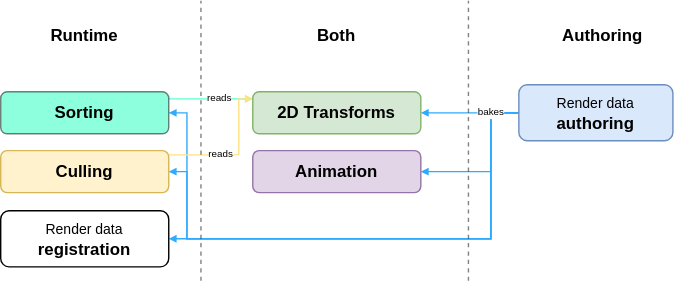
The draw.io diagram About/NSprites-Foundation-Map.drawio.svg in Antoshidza/NSprites-Foundation, before a commit. Source tidied: cells renumbered, new cells last; positions are measured from the earlier drawing's top-left corner, leaving out a move shared by most shapes.
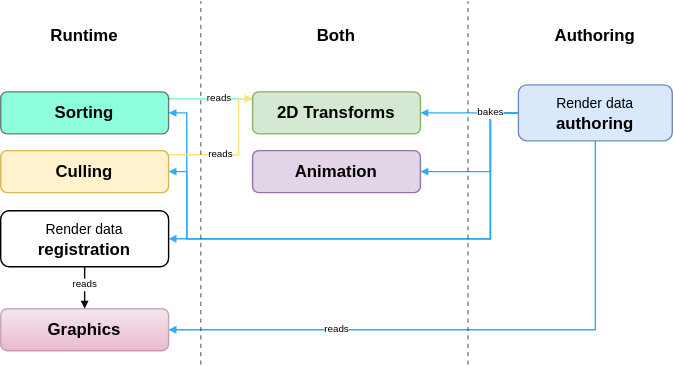
Later version of the same file.

What changed in the source:
```diff
@@ -2,6 +2,16 @@
   <root>
     <mxCell id="0" />
     <mxCell id="1" parent="0" />
+    <mxCell id="23" style="edgeStyle=orthogonalEdgeStyle;rounded=0;jettySize=auto;html=1;strokeColor=#2EABFF;endArrow=block;endFill=1;endSize=3;" parent="1" edge="1" source="8" target="27">
+      <mxGeometry relative="1" as="geometry">
+        <Array as="points">
+          <mxPoint x="425" y="235" />
+        </Array>
+      </mxGeometry>
+    </mxCell>
+    <mxCell id="24" value="reads" style="edgeLabel;html=1;align=center;verticalAlign=middle;fontSize=7;" parent="23" vertex="1">
+      <mxGeometry x="0.46" relative="1" as="geometry" />
+    </mxCell>
     <mxCell id="2" style="edgeStyle=orthogonalEdgeStyle;rounded=0;jettySize=auto;html=1;endArrow=block;endFill=1;endSize=3;strokeColor=#2EABFF;" parent="1" edge="1" source="8" target="16">
       <mxGeometry relative="1" as="geometry">
         <Array as="points">
@@ -54,6 +64,12 @@
     <mxCell id="8" value="&lt;font style=&quot;font-size: 10px;&quot;&gt;Render data &lt;/font&gt;&lt;b&gt;authoring&lt;/b&gt;" style="rounded=1;whiteSpace=wrap;html=1;fillColor=#dae8fc;strokeColor=#6c8ebf;" parent="1" vertex="1">
       <mxGeometry x="370" y="60" width="110" height="40" as="geometry" />
     </mxCell>
+    <mxCell id="25" style="edgeStyle=orthogonalEdgeStyle;rounded=0;jettySize=auto;html=1;entryX=0.5;entryY=0;entryDx=0;entryDy=0;strokeColor=#080606;endArrow=block;endFill=1;endSize=3;" parent="1" edge="1" source="9" target="27">
+      <mxGeometry relative="1" as="geometry" />
+    </mxCell>
+    <mxCell id="26" value="reads" style="edgeLabel;html=1;align=center;verticalAlign=middle;fontSize=7;" parent="25" vertex="1">
+      <mxGeometry x="-0.48" relative="1" as="geometry" />
+    </mxCell>
     <mxCell id="9" value="&lt;font style=&quot;font-size: 10px;&quot;&gt;Render data &lt;/font&gt;&lt;b&gt;registration&lt;/b&gt;" style="rounded=1;whiteSpace=wrap;html=1;" parent="1" vertex="1">
       <mxGeometry y="150" width="120" height="40" as="geometry" />
     </mxCell>
@@ -97,13 +113,13 @@
     </mxCell>
     <mxCell id="18" style="endArrow=none;dashed=1;html=1;strokeWidth=1;rounded=0;strokeColor=#030800;endSize=3;opacity=50;" parent="1" edge="1">
       <mxGeometry relative="1" as="geometry">
-        <mxPoint x="143" y="200" as="sourcePoint" />
+        <mxPoint x="143" y="260" as="sourcePoint" />
         <mxPoint x="143" as="targetPoint" />
       </mxGeometry>
     </mxCell>
     <mxCell id="19" style="endArrow=none;dashed=1;html=1;strokeWidth=1;rounded=0;strokeColor=#030800;endSize=3;opacity=50;" parent="1" edge="1">
       <mxGeometry relative="1" as="geometry">
-        <mxPoint x="334" y="200" as="sourcePoint" />
+        <mxPoint x="334" y="260" as="sourcePoint" />
         <mxPoint x="334" as="targetPoint" />
       </mxGeometry>
     </mxCell>
@@ -114,7 +130,10 @@
       <mxGeometry x="210" y="10" width="60" height="30" as="geometry" />
     </mxCell>
     <mxCell id="22" value="&lt;b&gt;Authoring&lt;/b&gt;" style="text;html=1;strokeColor=none;fillColor=none;align=center;verticalAlign=middle;whiteSpace=wrap;rounded=0;" parent="1" vertex="1">
-      <mxGeometry x="400" y="10" width="60" height="30" as="geometry" />
+      <mxGeometry x="395" y="10" width="60" height="30" as="geometry" />
     </mxCell>
+    <mxCell id="27" value="&lt;b&gt;Graphics&lt;/b&gt;" style="rounded=1;whiteSpace=wrap;html=1;fillColor=#e6d0de;opacity=50;gradientColor=#d5739d;strokeColor=#996185;" parent="1" vertex="1">
+      <mxGeometry y="220" width="120" height="30" as="geometry" />
+    </mxCell>
   </root>
 </mxGraphModel>
```
